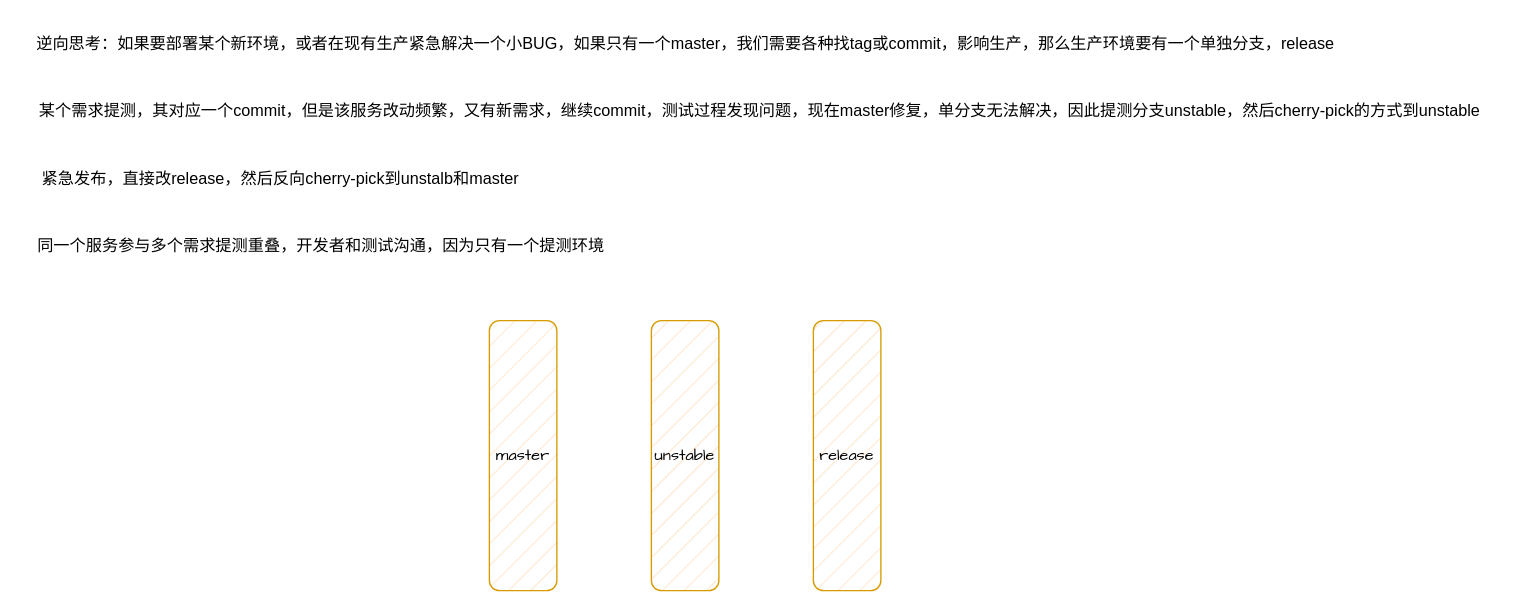
The draw.io diagram arch/开发流程.drawio in melonshell/draw.io, before the edit. Source tidied: cells renumbered, new cells numbered last; positions are measured from the earlier drawing's top-left corner, leaving out a move shared by most shapes. Both pictures are drawn from the tidied source at 135%, with x=0, y=0 at pixel (23, 23).
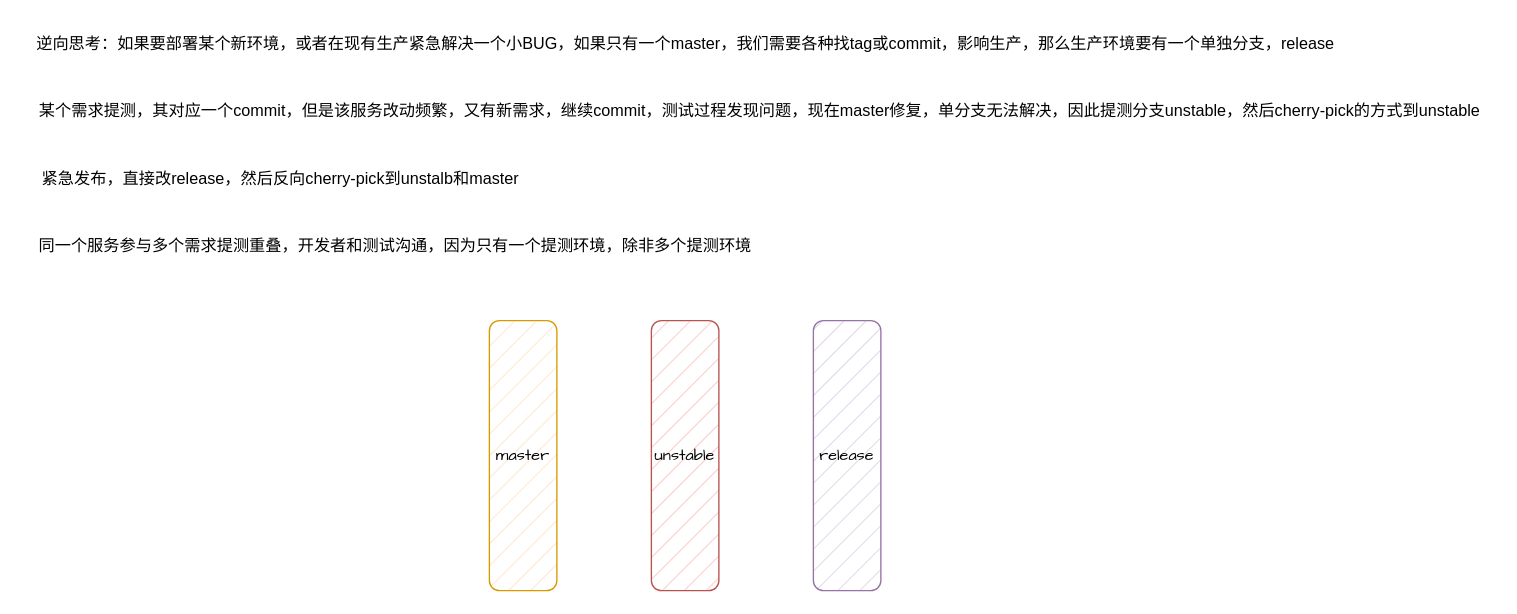
The same page after the edit.

Commit message (it also covers changes not shown here):
更新开发流程.drawio

Change to the diagram source:
```diff
@@
 <mxGraphModel>
   <root>
     <mxCell id="0" />
     <mxCell id="1" parent="0" />
     <mxCell id="2" value="逆向思考：如果要部署某个新环境，或者在现有生产紧急解决一个小BUG，如果只有一个master，我们需要各种找tag或commit，影响生产，那么生产环境要有一个单独分支，release" style="text;html=1;align=center;verticalAlign=middle;strokeColor=none;fillColor=none;" parent="1" vertex="1">
       <mxGeometry width="980" height="30" as="geometry" />
     </mxCell>
     <mxCell id="3" value="某个需求提测，其对应一个commit，但是该服务改动频繁，又有新需求，继续commit，测试过程发现问题，现在master修复，单分支无法解决，因此提测分支unstable，然后cherry-pick的方式到unstable" style="text;html=1;align=center;verticalAlign=middle;strokeColor=none;fillColor=none;" parent="1" vertex="1">
       <mxGeometry y="50" width="1090" height="30" as="geometry" />
     </mxCell>
     <mxCell id="4" value="紧急发布，直接改release，然后反向cherry-pick到unstalb和master" style="text;html=1;align=center;verticalAlign=middle;strokeColor=none;fillColor=none;" parent="1" vertex="1">
       <mxGeometry y="100" width="380" height="30" as="geometry" />
     </mxCell>
     <mxCell id="5" value="&lt;font face=&quot;Comic Sans MS&quot;&gt;master&lt;/font&gt;" style="rounded=1;whiteSpace=wrap;html=1;fillStyle=hatch;fillColor=#ffe6cc;strokeColor=#d79b00;" parent="1" vertex="1">
       <mxGeometry x="345" y="220" width="50" height="200" as="geometry" />
     </mxCell>
-    <mxCell id="6" value="&lt;font face=&quot;Comic Sans MS&quot;&gt;unstable&lt;/font&gt;" style="rounded=1;whiteSpace=wrap;html=1;fillStyle=hatch;fillColor=#ffe6cc;strokeColor=#d79b00;" parent="1" vertex="1">
+    <mxCell id="6" value="&lt;font face=&quot;Comic Sans MS&quot;&gt;unstable&lt;/font&gt;" style="rounded=1;whiteSpace=wrap;html=1;fillStyle=hatch;fillColor=#f8cecc;strokeColor=#b85450;" parent="1" vertex="1">
       <mxGeometry x="465" y="220" width="50" height="200" as="geometry" />
     </mxCell>
-    <mxCell id="7" value="&lt;font face=&quot;Comic Sans MS&quot;&gt;release&lt;/font&gt;" style="rounded=1;whiteSpace=wrap;html=1;fillStyle=hatch;fillColor=#ffe6cc;strokeColor=#d79b00;" parent="1" vertex="1">
+    <mxCell id="7" value="&lt;font face=&quot;Comic Sans MS&quot;&gt;release&lt;/font&gt;" style="rounded=1;whiteSpace=wrap;html=1;fillStyle=hatch;fillColor=#e1d5e7;strokeColor=#9673a6;" parent="1" vertex="1">
       <mxGeometry x="585" y="220" width="50" height="200" as="geometry" />
     </mxCell>
-    <mxCell id="8" value="同一个服务参与多个需求提测重叠，开发者和测试沟通，因为只有一个提测环境" style="text;html=1;align=center;verticalAlign=middle;strokeColor=none;fillColor=none;" parent="1" vertex="1">
-      <mxGeometry y="150" width="440" height="30" as="geometry" />
+    <mxCell id="8" value="同一个服务参与多个需求提测重叠，开发者和测试沟通，因为只有一个提测环境，除非多个提测环境" style="text;html=1;align=center;verticalAlign=middle;strokeColor=none;fillColor=none;" parent="1" vertex="1">
+      <mxGeometry y="150" width="550" height="30" as="geometry" />
     </mxCell>
   </root>
 </mxGraphModel>
```
